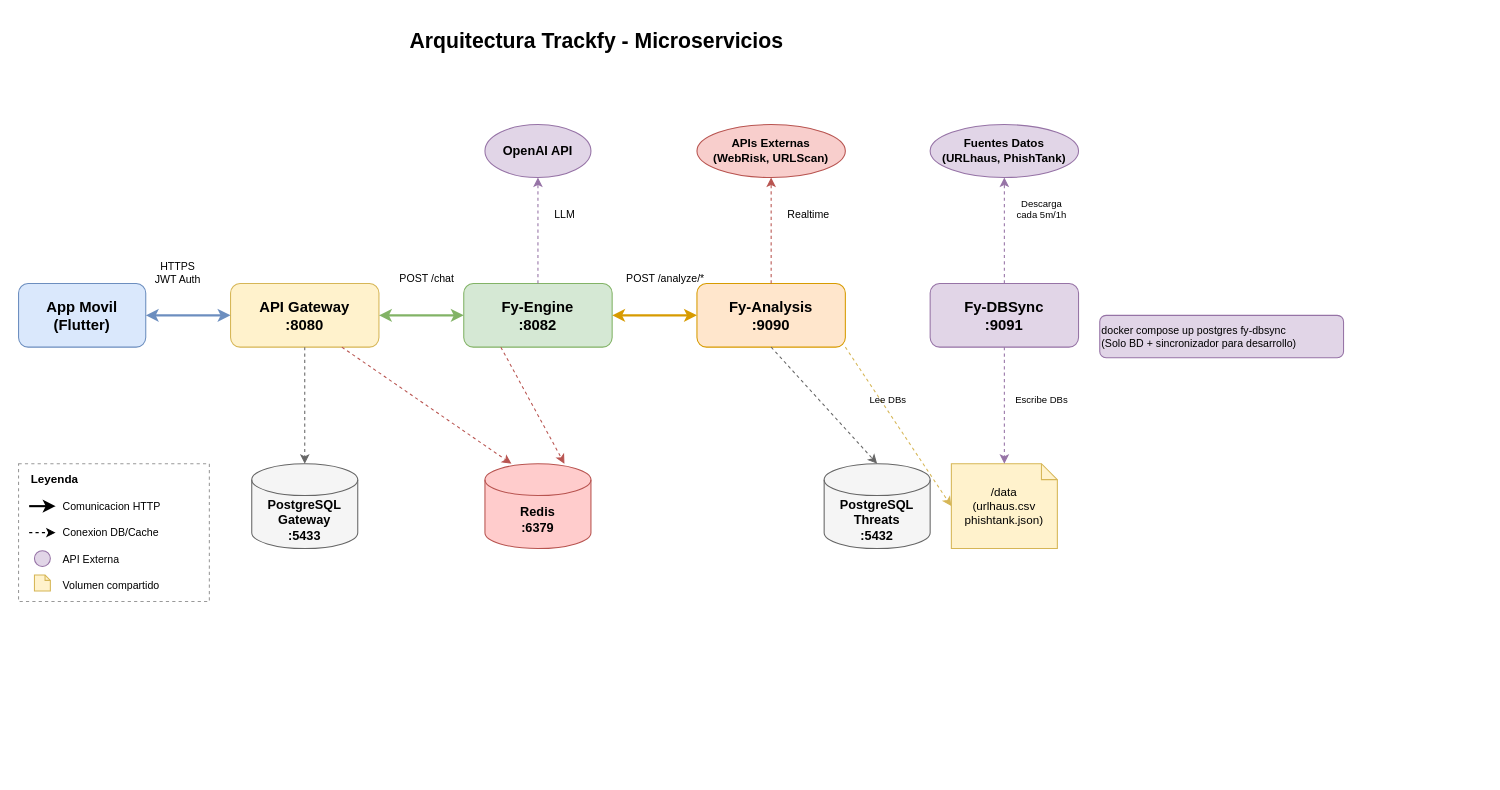
The draw.io diagram docs/diagramas/Arquitectura Microservicios.drawio in DamianPerez-GL/Trackfy, before the edit. Source tidied: cells renumbered, new cells numbered last; positions are measured from the earlier drawing's top-left corner, leaving out a move shared by most shapes. Both pictures are drawn from the tidied source at 106%, with x=0, y=0 at pixel (18, 18).
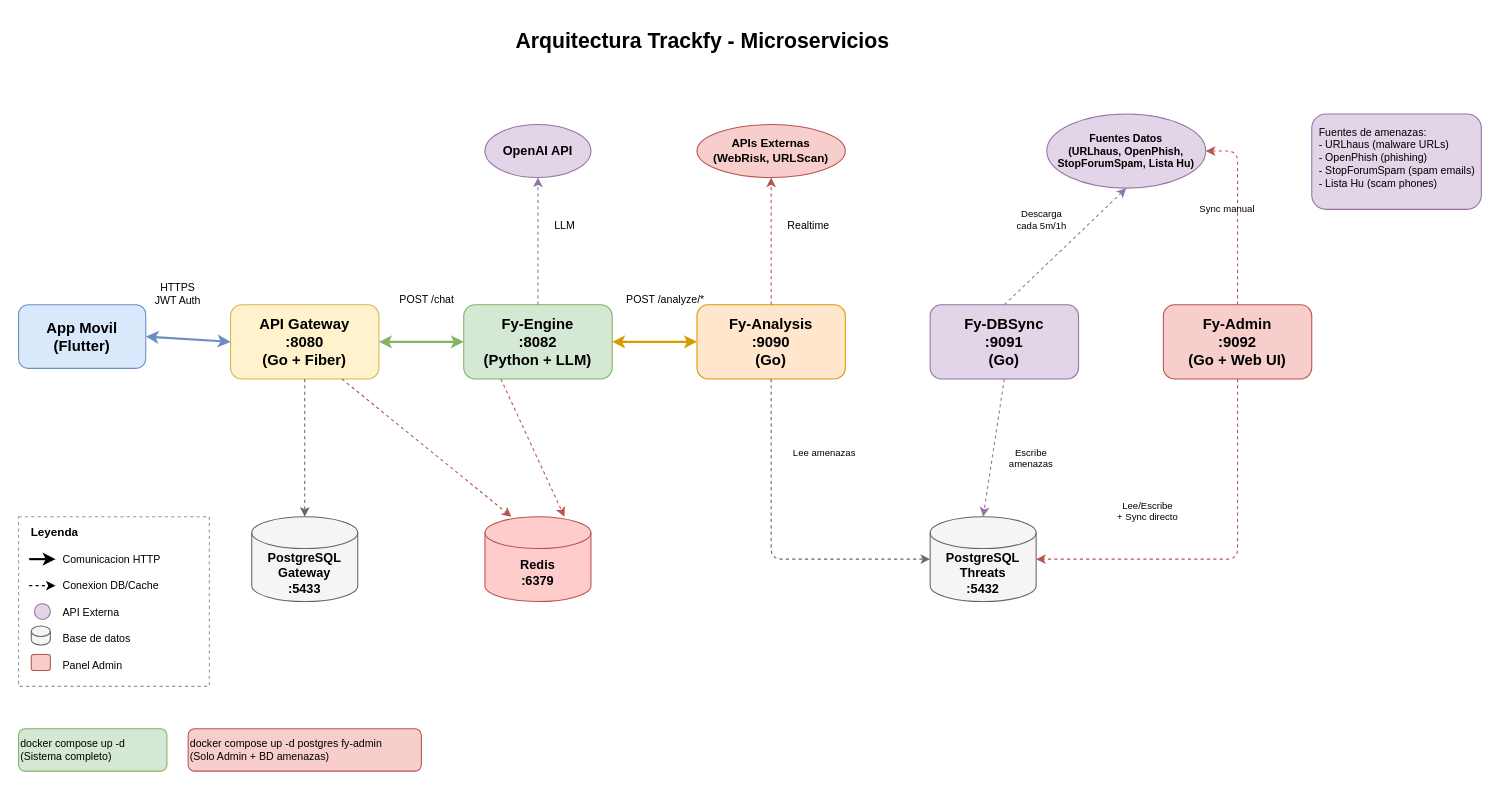
The same diagram, later.

Diff of the diagram source:
```diff
@@
     <mxCell id="2" value="Arquitectura Trackfy - Microservicios" style="text;html=1;align=center;verticalAlign=middle;strokeColor=none;fillColor=none;fontSize=20;fontStyle=1;" parent="1" vertex="1">
-      <mxGeometry x="370" width="350" height="40" as="geometry" />
+      <mxGeometry x="470" width="350" height="40" as="geometry" />
     </mxCell>
     <mxCell id="3" value="App Movil&#10;(Flutter)" style="rounded=1;whiteSpace=wrap;html=1;fillColor=#dae8fc;strokeColor=#6c8ebf;fontStyle=1;fontSize=14;" parent="1" vertex="1">
-      <mxGeometry y="250" width="120" height="60" as="geometry" />
+      <mxGeometry y="270" width="120" height="60" as="geometry" />
     </mxCell>
-    <mxCell id="4" value="API Gateway&#10;:8080" style="rounded=1;whiteSpace=wrap;html=1;fillColor=#fff2cc;strokeColor=#d6b656;fontStyle=1;fontSize=14;" parent="1" vertex="1">
-      <mxGeometry x="200" y="250" width="140" height="60" as="geometry" />
+    <mxCell id="4" value="API Gateway&#10;:8080&#10;(Go + Fiber)" style="rounded=1;whiteSpace=wrap;html=1;fillColor=#fff2cc;strokeColor=#d6b656;fontStyle=1;fontSize=14;" parent="1" vertex="1">
+      <mxGeometry x="200" y="270" width="140" height="70" as="geometry" />
     </mxCell>
-    <mxCell id="5" value="Fy-Engine&#10;:8082" style="rounded=1;whiteSpace=wrap;html=1;fillColor=#d5e8d4;strokeColor=#82b366;fontStyle=1;fontSize=14;" parent="1" vertex="1">
-      <mxGeometry x="420" y="250" width="140" height="60" as="geometry" />
+    <mxCell id="5" value="Fy-Engine&#10;:8082&#10;(Python + LLM)" style="rounded=1;whiteSpace=wrap;html=1;fillColor=#d5e8d4;strokeColor=#82b366;fontStyle=1;fontSize=14;" parent="1" vertex="1">
+      <mxGeometry x="420" y="270" width="140" height="70" as="geometry" />
     </mxCell>
-    <mxCell id="6" value="Fy-Analysis&#10;:9090" style="rounded=1;whiteSpace=wrap;html=1;fillColor=#ffe6cc;strokeColor=#d79b00;fontStyle=1;fontSize=14;" parent="1" vertex="1">
-      <mxGeometry x="640" y="250" width="140" height="60" as="geometry" />
+    <mxCell id="6" value="Fy-Analysis&#10;:9090&#10;(Go)" style="rounded=1;whiteSpace=wrap;html=1;fillColor=#ffe6cc;strokeColor=#d79b00;fontStyle=1;fontSize=14;" parent="1" vertex="1">
+      <mxGeometry x="640" y="270" width="140" height="70" as="geometry" />
     </mxCell>
-    <mxCell id="7" value="Fy-DBSync&#10;:9091" style="rounded=1;whiteSpace=wrap;html=1;fillColor=#e1d5e7;strokeColor=#9673a6;fontStyle=1;fontSize=14;" parent="1" vertex="1">
-      <mxGeometry x="860" y="250" width="140" height="60" as="geometry" />
+    <mxCell id="7" value="Fy-DBSync&#10;:9091&#10;(Go)" style="rounded=1;whiteSpace=wrap;html=1;fillColor=#e1d5e7;strokeColor=#9673a6;fontStyle=1;fontSize=14;" parent="1" vertex="1">
+      <mxGeometry x="860" y="270" width="140" height="70" as="geometry" />
     </mxCell>
+    <mxCell id="46" value="Fy-Admin&#10;:9092&#10;(Go + Web UI)" style="rounded=1;whiteSpace=wrap;html=1;fillColor=#f8cecc;strokeColor=#b85450;fontStyle=1;fontSize=14;" parent="1" vertex="1">
+      <mxGeometry x="1080" y="270" width="140" height="70" as="geometry" />
+    </mxCell>
     <mxCell id="8" value="PostgreSQL&#10;Gateway&#10;:5433" style="shape=cylinder3;whiteSpace=wrap;html=1;boundedLbl=1;backgroundOutline=1;size=15;fillColor=#f5f5f5;strokeColor=#666666;fontStyle=1;fontSize=12;" parent="1" vertex="1">
-      <mxGeometry x="220" y="420" width="100" height="80" as="geometry" />
+      <mxGeometry x="220" y="470" width="100" height="80" as="geometry" />
     </mxCell>
     <mxCell id="9" value="PostgreSQL&#10;Threats&#10;:5432" style="shape=cylinder3;whiteSpace=wrap;html=1;boundedLbl=1;backgroundOutline=1;size=15;fillColor=#f5f5f5;strokeColor=#666666;fontStyle=1;fontSize=12;" parent="1" vertex="1">
-      <mxGeometry x="760" y="420" width="100" height="80" as="geometry" />
+      <mxGeometry x="860" y="470" width="100" height="80" as="geometry" />
     </mxCell>
     <mxCell id="10" value="Redis&#10;:6379" style="shape=cylinder3;whiteSpace=wrap;html=1;boundedLbl=1;backgroundOutline=1;size=15;fillColor=#ffcccc;strokeColor=#b85450;fontStyle=1;fontSize=12;" parent="1" vertex="1">
-      <mxGeometry x="440" y="420" width="100" height="80" as="geometry" />
+      <mxGeometry x="440" y="470" width="100" height="80" as="geometry" />
     </mxCell>
-    <mxCell id="11" value="/data&#10;(urlhaus.csv&#10;phishtank.json)" style="shape=note;whiteSpace=wrap;html=1;backgroundOutline=1;fillColor=#fff2cc;strokeColor=#d6b656;fontSize=11;size=15;" parent="1" vertex="1">
-      <mxGeometry x="880" y="420" width="100" height="80" as="geometry" />
-    </mxCell>
@@
-    <mxCell id="14" value="Fuentes Datos&#10;(URLhaus, PhishTank)" style="ellipse;whiteSpace=wrap;html=1;fillColor=#e1d5e7;strokeColor=#9673a6;fontStyle=1;fontSize=11;" parent="1" vertex="1">
-      <mxGeometry x="860" y="100" width="140" height="50" as="geometry" />
+    <mxCell id="14" value="Fuentes Datos&#10;(URLhaus, OpenPhish,&#10;StopForumSpam, Lista Hu)" style="ellipse;whiteSpace=wrap;html=1;fillColor=#e1d5e7;strokeColor=#9673a6;fontStyle=1;fontSize=10;" parent="1" vertex="1">
+      <mxGeometry x="970" y="90" width="150" height="70" as="geometry" />
     </mxCell>
@@
     <mxCell id="16" value="HTTPS&#10;JWT Auth" style="text;html=1;align=center;verticalAlign=middle;strokeColor=none;fillColor=none;fontSize=10;" parent="1" vertex="1">
-      <mxGeometry x="120" y="220" width="60" height="40" as="geometry" />
+      <mxGeometry x="120" y="240" width="60" height="40" as="geometry" />
     </mxCell>
@@
     <mxCell id="18" value="POST /chat" style="text;html=1;align=center;verticalAlign=middle;strokeColor=none;fillColor=none;fontSize=10;" parent="1" vertex="1">
-      <mxGeometry x="350" y="230" width="70" height="30" as="geometry" />
+      <mxGeometry x="350" y="250" width="70" height="30" as="geometry" />
     </mxCell>
@@
     <mxCell id="20" value="POST /analyze/*" style="text;html=1;align=center;verticalAlign=middle;strokeColor=none;fillColor=none;fontSize=10;" parent="1" vertex="1">
-      <mxGeometry x="560" y="230" width="100" height="30" as="geometry" />
+      <mxGeometry x="560" y="250" width="100" height="30" as="geometry" />
     </mxCell>
@@
-    <mxCell id="24" style="endArrow=classic;html=1;exitX=0.5;exitY=1;exitDx=0;exitDy=0;entryX=0.5;entryY=0;entryDx=0;entryDy=0;entryPerimeter=0;strokeWidth=1;dashed=1;strokeColor=#666666;" parent="1" edge="1" source="6" target="9">
-      <mxGeometry relative="1" as="geometry" />
+    <mxCell id="24" style="endArrow=classic;html=1;exitX=0.5;exitY=1;exitDx=0;exitDy=0;entryX=0;entryY=0.5;entryDx=0;entryDy=0;entryPerimeter=0;strokeWidth=1;dashed=1;strokeColor=#666666;" parent="1" edge="1" source="6" target="9">
+      <mxGeometry relative="1" as="geometry">
+        <Array as="points">
+          <mxPoint x="710" y="410" />
+          <mxPoint x="710" y="510" />
+        </Array>
+      </mxGeometry>
     </mxCell>
-    <mxCell id="25" style="endArrow=classic;html=1;exitX=1;exitY=1;exitDx=0;exitDy=0;entryX=0;entryY=0.5;entryDx=0;entryDy=0;strokeWidth=1;dashed=1;strokeColor=#d6b656;" parent="1" edge="1" source="6" target="11">
-      <mxGeometry relative="1" as="geometry" />
-    </mxCell>
-    <mxCell id="26" value="Lee DBs" style="text;html=1;align=center;verticalAlign=middle;strokeColor=none;fillColor=none;fontSize=9;" parent="1" vertex="1">
-      <mxGeometry x="790" y="350" width="60" height="20" as="geometry" />
-    </mxCell>
-    <mxCell id="27" style="endArrow=classic;html=1;exitX=0.5;exitY=1;exitDx=0;exitDy=0;entryX=0.5;entryY=0;entryDx=0;entryDy=0;strokeWidth=1;dashed=1;strokeColor=#9673a6;" parent="1" edge="1" source="7" target="11">
-      <mxGeometry relative="1" as="geometry" />
-    </mxCell>
-    <mxCell id="28" value="Escribe DBs" style="text;html=1;align=center;verticalAlign=middle;strokeColor=none;fillColor=none;fontSize=9;" parent="1" vertex="1">
-      <mxGeometry x="930" y="350" width="70" height="20" as="geometry" />
-    </mxCell>
+    <mxCell id="47" value="Lee amenazas" style="text;html=1;align=center;verticalAlign=middle;strokeColor=none;fillColor=none;fontSize=9;" parent="1" vertex="1">
+      <mxGeometry x="720" y="400" width="80" height="20" as="geometry" />
+    </mxCell>
+    <mxCell id="48" style="endArrow=classic;html=1;exitX=0.5;exitY=1;exitDx=0;exitDy=0;entryX=0.5;entryY=0;entryDx=0;entryDy=0;entryPerimeter=0;strokeWidth=1;dashed=1;strokeColor=#9673a6;" parent="1" edge="1" source="7" target="9">
+      <mxGeometry relative="1" as="geometry" />
+    </mxCell>
+    <mxCell id="49" value="Escribe&#10;amenazas" style="text;html=1;align=center;verticalAlign=middle;strokeColor=none;fillColor=none;fontSize=9;" parent="1" vertex="1">
+      <mxGeometry x="920" y="400" width="70" height="30" as="geometry" />
+    </mxCell>
+    <mxCell id="50" style="endArrow=classic;html=1;exitX=0.5;exitY=1;exitDx=0;exitDy=0;entryX=1;entryY=0.5;entryDx=0;entryDy=0;entryPerimeter=0;strokeWidth=1;dashed=1;strokeColor=#b85450;" parent="1" edge="1" source="46" target="9">
+      <mxGeometry relative="1" as="geometry">
+        <Array as="points">
+          <mxPoint x="1150" y="510" />
+        </Array>
+      </mxGeometry>
+    </mxCell>
+    <mxCell id="51" value="Lee/Escribe&#10;+ Sync directo" style="text;html=1;align=center;verticalAlign=middle;strokeColor=none;fillColor=none;fontSize=9;" parent="1" vertex="1">
+      <mxGeometry x="1020" y="450" width="90" height="30" as="geometry" />
+    </mxCell>
@@
     <mxCell id="30" value="Descarga&#10;cada 5m/1h" style="text;html=1;align=center;verticalAlign=middle;strokeColor=none;fillColor=none;fontSize=9;" parent="1" vertex="1">
-      <mxGeometry x="930" y="165" width="70" height="30" as="geometry" />
+      <mxGeometry x="930" y="175" width="70" height="30" as="geometry" />
     </mxCell>
+    <mxCell id="52" style="endArrow=classic;html=1;exitX=0.5;exitY=0;exitDx=0;exitDy=0;entryX=1;entryY=0.5;entryDx=0;entryDy=0;strokeWidth=1;dashed=1;strokeColor=#b85450;" parent="1" edge="1" source="46" target="14">
+      <mxGeometry relative="1" as="geometry">
+        <Array as="points">
+          <mxPoint x="1150" y="125" />
+        </Array>
+      </mxGeometry>
+    </mxCell>
+    <mxCell id="53" value="Sync manual" style="text;html=1;align=center;verticalAlign=middle;strokeColor=none;fillColor=none;fontSize=9;" parent="1" vertex="1">
+      <mxGeometry x="1100" y="170" width="80" height="20" as="geometry" />
+    </mxCell>
@@
     <mxCell id="32" value="LLM" style="text;html=1;align=center;verticalAlign=middle;strokeColor=none;fillColor=none;fontSize=10;" parent="1" vertex="1">
-      <mxGeometry x="495" y="170" width="40" height="30" as="geometry" />
+      <mxGeometry x="495" y="180" width="40" height="30" as="geometry" />
     </mxCell>
@@
     <mxCell id="34" value="Realtime" style="text;html=1;align=center;verticalAlign=middle;strokeColor=none;fillColor=none;fontSize=10;" parent="1" vertex="1">
-      <mxGeometry x="715" y="170" width="60" height="30" as="geometry" />
+      <mxGeometry x="715" y="180" width="60" height="30" as="geometry" />
     </mxCell>
     <mxCell id="35" style="rounded=0;whiteSpace=wrap;html=1;fillColor=none;strokeColor=#999999;dashed=1;" parent="1" vertex="1">
-      <mxGeometry y="420" width="180" height="130" as="geometry" />
+      <mxGeometry y="470" width="180" height="160" as="geometry" />
     </mxCell>
     <mxCell id="36" value="Leyenda" style="text;html=1;align=left;verticalAlign=middle;strokeColor=none;fillColor=none;fontSize=11;fontStyle=1;" parent="1" vertex="1">
-      <mxGeometry x="10" y="425" width="60" height="20" as="geometry" />
+      <mxGeometry x="10" y="475" width="60" height="20" as="geometry" />
     </mxCell>
     <mxCell id="37" value="Comunicacion HTTP" style="text;html=1;align=left;verticalAlign=middle;strokeColor=none;fillColor=none;fontSize=10;" parent="1" vertex="1">
-      <mxGeometry x="40" y="450" width="120" height="20" as="geometry" />
+      <mxGeometry x="40" y="500" width="120" height="20" as="geometry" />
     </mxCell>
     <mxCell id="38" style="endArrow=classic;html=1;strokeWidth=2;" parent="1" edge="1">
       <mxGeometry relative="1" as="geometry">
-        <mxPoint x="10" y="460" as="sourcePoint" />
-        <mxPoint x="35" y="460" as="targetPoint" />
+        <mxPoint x="10" y="510" as="sourcePoint" />
+        <mxPoint x="35" y="510" as="targetPoint" />
       </mxGeometry>
     </mxCell>
     <mxCell id="39" value="Conexion DB/Cache" style="text;html=1;align=left;verticalAlign=middle;strokeColor=none;fillColor=none;fontSize=10;" parent="1" vertex="1">
-      <mxGeometry x="40" y="475" width="110" height="20" as="geometry" />
+      <mxGeometry x="40" y="525" width="110" height="20" as="geometry" />
     </mxCell>
     <mxCell id="40" style="endArrow=classic;html=1;strokeWidth=1;dashed=1;" parent="1" edge="1">
       <mxGeometry relative="1" as="geometry">
-        <mxPoint x="10" y="485" as="sourcePoint" />
-        <mxPoint x="35" y="485" as="targetPoint" />
+        <mxPoint x="10" y="535" as="sourcePoint" />
+        <mxPoint x="35" y="535" as="targetPoint" />
       </mxGeometry>
     </mxCell>
     <mxCell id="41" value="API Externa" style="text;html=1;align=left;verticalAlign=middle;strokeColor=none;fillColor=none;fontSize=10;" parent="1" vertex="1">
-      <mxGeometry x="40" y="500" width="70" height="20" as="geometry" />
+      <mxGeometry x="40" y="550" width="70" height="20" as="geometry" />
     </mxCell>
     <mxCell id="42" style="ellipse;whiteSpace=wrap;html=1;fillColor=#e1d5e7;strokeColor=#9673a6;fontSize=8;" parent="1" vertex="1">
-      <mxGeometry x="15" y="502" width="15" height="15" as="geometry" />
+      <mxGeometry x="15" y="552" width="15" height="15" as="geometry" />
     </mxCell>
-    <mxCell id="43" value="Volumen compartido" style="text;html=1;align=left;verticalAlign=middle;strokeColor=none;fillColor=none;fontSize=10;" parent="1" vertex="1">
-      <mxGeometry x="40" y="525" width="120" height="20" as="geometry" />
+    <mxCell id="43" value="Base de datos" style="text;html=1;align=left;verticalAlign=middle;strokeColor=none;fillColor=none;fontSize=10;" parent="1" vertex="1">
+      <mxGeometry x="40" y="575" width="90" height="20" as="geometry" />
     </mxCell>
-    <mxCell id="44" style="shape=note;whiteSpace=wrap;html=1;fillColor=#fff2cc;strokeColor=#d6b656;fontSize=8;size=5;" parent="1" vertex="1">
-      <mxGeometry x="15" y="525" width="15" height="15" as="geometry" />
+    <mxCell id="44" style="shape=cylinder3;whiteSpace=wrap;html=1;fillColor=#f5f5f5;strokeColor=#666666;fontSize=8;size=5;" parent="1" vertex="1">
+      <mxGeometry x="12" y="573" width="18" height="18" as="geometry" />
     </mxCell>
-    <mxCell id="45" value="docker compose up postgres fy-dbsync&#10;(Solo BD + sincronizador para desarrollo)" style="text;html=1;align=left;verticalAlign=middle;strokeColor=#9673a6;fillColor=#e1d5e7;fontSize=10;rounded=1;" parent="1" vertex="1">
-      <mxGeometry x="1020" y="280" width="230" height="40" as="geometry" />
-    </mxCell>
+    <mxCell id="54" value="Panel Admin" style="text;html=1;align=left;verticalAlign=middle;strokeColor=none;fillColor=none;fontSize=10;" parent="1" vertex="1">
+      <mxGeometry x="40" y="600" width="80" height="20" as="geometry" />
+    </mxCell>
+    <mxCell id="55" style="rounded=1;whiteSpace=wrap;html=1;fillColor=#f8cecc;strokeColor=#b85450;fontSize=8;" parent="1" vertex="1">
+      <mxGeometry x="12" y="600" width="18" height="15" as="geometry" />
+    </mxCell>
+    <mxCell id="56" value="docker compose up -d&#10;(Sistema completo)" style="text;html=1;align=left;verticalAlign=middle;strokeColor=#82b366;fillColor=#d5e8d4;fontSize=10;rounded=1;" parent="1" vertex="1">
+      <mxGeometry y="670" width="140" height="40" as="geometry" />
+    </mxCell>
+    <mxCell id="57" value="docker compose up -d postgres fy-admin&#10;(Solo Admin + BD amenazas)" style="text;html=1;align=left;verticalAlign=middle;strokeColor=#b85450;fillColor=#f8cecc;fontSize=10;rounded=1;" parent="1" vertex="1">
+      <mxGeometry x="160" y="670" width="220" height="40" as="geometry" />
+    </mxCell>
+    <mxCell id="58" value="Fuentes de amenazas:&#10;- URLhaus (malware URLs)&#10;- OpenPhish (phishing)&#10;- StopForumSpam (spam emails)&#10;- Lista Hu (scam phones)" style="text;html=1;align=left;verticalAlign=top;strokeColor=#9673a6;fillColor=#e1d5e7;fontSize=10;rounded=1;spacingTop=5;spacingLeft=5;" parent="1" vertex="1">
+      <mxGeometry x="1220" y="90" width="160" height="90" as="geometry" />
+    </mxCell>
```
